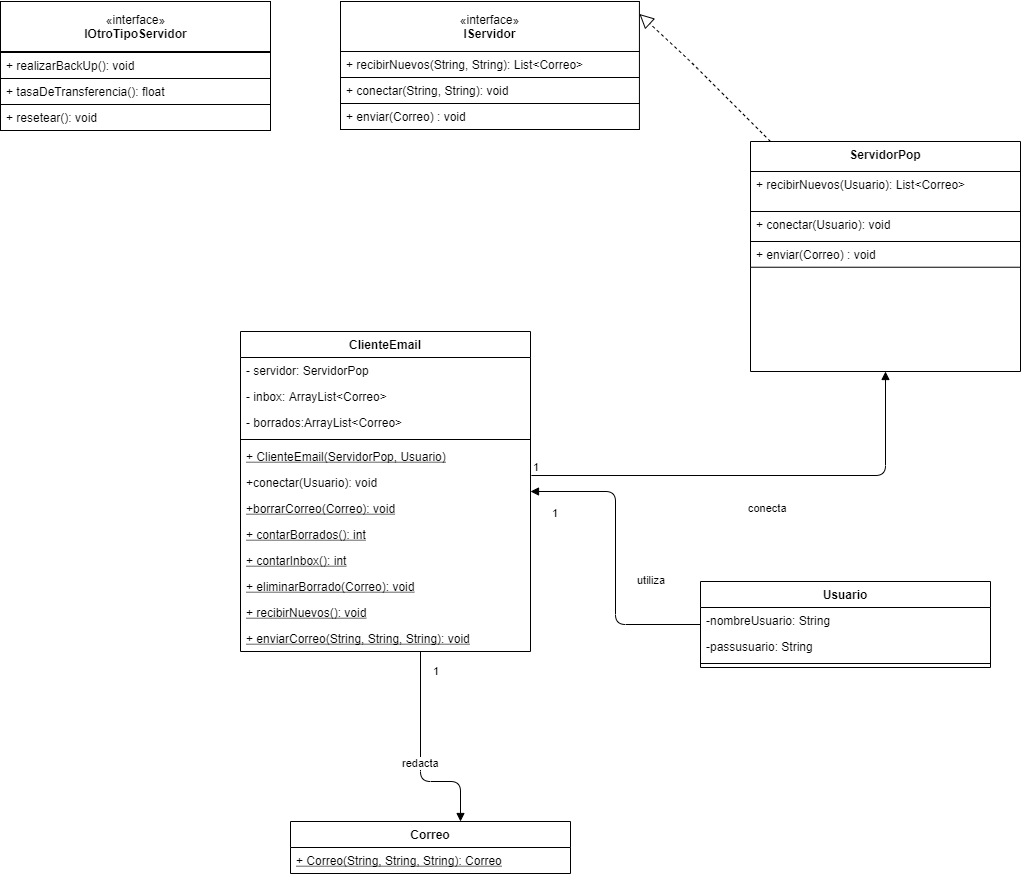
Earlier version of the draw.io export src/tp6/unq/RespuestasCaso1/Arreglado-Caso1-UML-TP6.png (CundariNicolas/unqui-poo2-cundari). Source tidied: cells renumbered, new cells last; positions are measured from the earlier drawing's top-left corner, leaving out a move shared by most shapes.
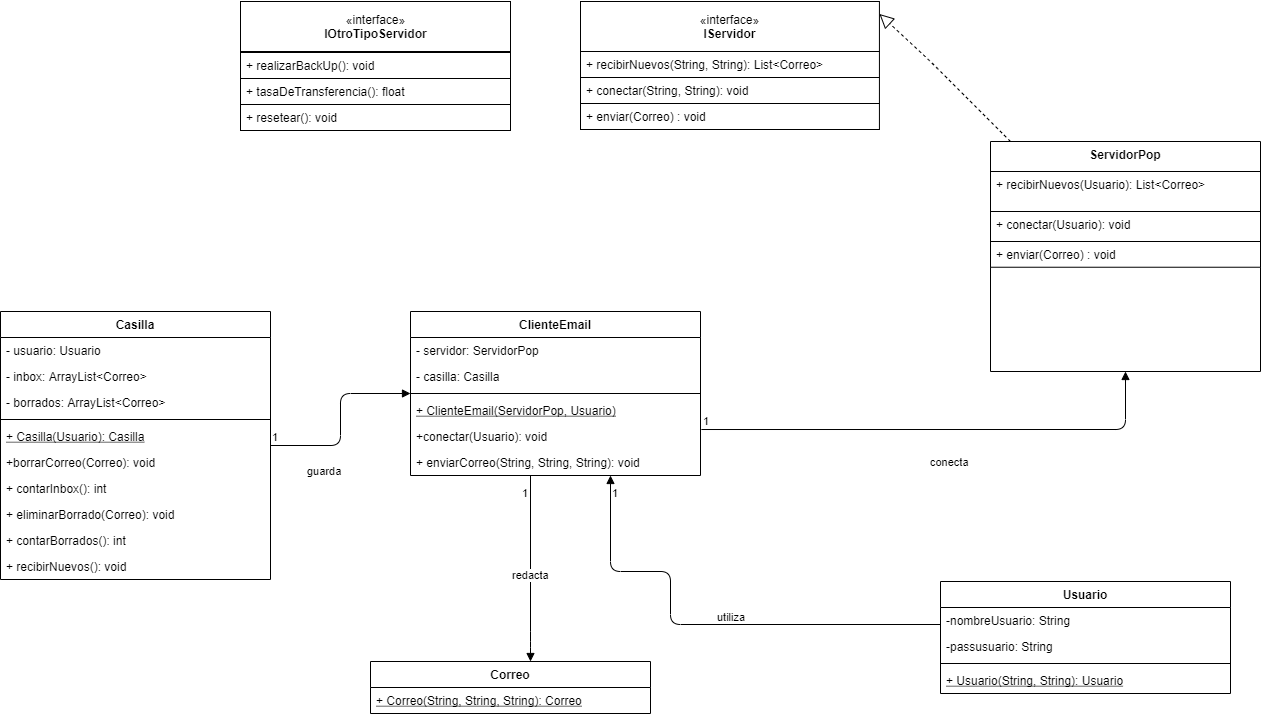
The same diagram one commit later.

Diff of the diagram source:
```diff
@@ -3,46 +3,28 @@
     <mxCell id="0" />
     <mxCell id="1" parent="0" />
     <mxCell id="2" value="ClienteEmail" style="swimlane;fontStyle=1;align=center;verticalAlign=top;horizontal=1;startSize=26;" parent="1" vertex="1">
-      <mxGeometry x="240" y="330" width="290" height="320" as="geometry" />
+      <mxGeometry x="170" y="310" width="290" height="164" as="geometry" />
     </mxCell>
     <mxCell id="3" value="- servidor: ServidorPop" style="text;strokeColor=none;fillColor=none;align=left;verticalAlign=top;spacingLeft=4;spacingRight=4;overflow=hidden;" parent="2" vertex="1">
       <mxGeometry y="26" width="290" height="26" as="geometry" />
     </mxCell>
-    <mxCell id="4" value="- inbox: ArrayList&lt;Correo&gt;" style="text;strokeColor=none;fillColor=none;align=left;verticalAlign=top;spacingLeft=4;spacingRight=4;overflow=hidden;" parent="2" vertex="1">
-      <mxGeometry y="52" width="290" height="26" as="geometry" />
-    </mxCell>
-    <mxCell id="5" value="- borrados:ArrayList&lt;Correo&gt;" style="text;strokeColor=none;fillColor=none;align=left;verticalAlign=top;spacingLeft=4;spacingRight=4;overflow=hidden;" parent="2" vertex="1">
-      <mxGeometry y="78" width="290" height="26" as="geometry" />
-    </mxCell>
+    <mxCell id="49" value="- casilla: Casilla" style="text;strokeColor=none;fillColor=none;align=left;verticalAlign=top;spacingLeft=4;spacingRight=4;overflow=hidden;" parent="2" vertex="1">
+      <mxGeometry y="52" width="290" height="26" as="geometry" />
+    </mxCell>
     <mxCell id="6" style="line;strokeWidth=1;fillColor=none;align=left;verticalAlign=middle;spacingTop=-1;spacingLeft=3;spacingRight=3;labelPosition=right;" parent="2" vertex="1">
-      <mxGeometry y="104" width="290" height="8" as="geometry" />
+      <mxGeometry y="78" width="290" height="8" as="geometry" />
     </mxCell>
     <mxCell id="7" value="+ ClienteEmail(ServidorPop, Usuario)" style="text;strokeColor=none;fillColor=none;align=left;verticalAlign=top;spacingLeft=4;spacingRight=4;overflow=hidden;fontStyle=4;" parent="2" vertex="1">
-      <mxGeometry y="112" width="290" height="26" as="geometry" />
+      <mxGeometry y="86" width="290" height="26" as="geometry" />
     </mxCell>
     <mxCell id="8" value="+conectar(Usuario): void" style="text;strokeColor=none;fillColor=none;align=left;verticalAlign=top;spacingLeft=4;spacingRight=4;overflow=hidden;points=[[0,0.5],[1,0.5]];portConstraint=eastwest;fontStyle=0;" parent="2" vertex="1">
-      <mxGeometry y="138" width="290" height="26" as="geometry" />
+      <mxGeometry y="112" width="290" height="26" as="geometry" />
     </mxCell>
-    <mxCell id="9" value="+borrarCorreo(Correo): void" style="text;strokeColor=none;fillColor=none;align=left;verticalAlign=top;spacingLeft=4;spacingRight=4;overflow=hidden;fontStyle=4;" parent="2" vertex="1">
-      <mxGeometry y="164" width="290" height="26" as="geometry" />
-    </mxCell>
-    <mxCell id="10" value="+ contarBorrados(): int" style="text;strokeColor=none;fillColor=none;align=left;verticalAlign=top;spacingLeft=4;spacingRight=4;overflow=hidden;fontStyle=4;" parent="2" vertex="1">
-      <mxGeometry y="190" width="290" height="26" as="geometry" />
-    </mxCell>
-    <mxCell id="11" value="+ contarInbox(): int" style="text;strokeColor=none;fillColor=none;align=left;verticalAlign=top;spacingLeft=4;spacingRight=4;overflow=hidden;fontStyle=4;" parent="2" vertex="1">
-      <mxGeometry y="216" width="290" height="26" as="geometry" />
-    </mxCell>
-    <mxCell id="12" value="+ eliminarBorrado(Correo): void" style="text;strokeColor=none;fillColor=none;align=left;verticalAlign=top;spacingLeft=4;spacingRight=4;overflow=hidden;fontStyle=4;" parent="2" vertex="1">
-      <mxGeometry y="242" width="290" height="26" as="geometry" />
-    </mxCell>
-    <mxCell id="13" value="+ recibirNuevos(): void" style="text;strokeColor=none;fillColor=none;align=left;verticalAlign=top;spacingLeft=4;spacingRight=4;overflow=hidden;fontStyle=4;" parent="2" vertex="1">
-      <mxGeometry y="268" width="290" height="26" as="geometry" />
-    </mxCell>
-    <mxCell id="14" value="+ enviarCorreo(String, String, String): void" style="text;strokeColor=none;fillColor=none;align=left;verticalAlign=top;spacingLeft=4;spacingRight=4;overflow=hidden;points=[[0,0.5],[1,0.5]];portConstraint=eastwest;fontStyle=4;" parent="2" vertex="1">
-      <mxGeometry y="294" width="290" height="26" as="geometry" />
+    <mxCell id="14" value="+ enviarCorreo(String, String, String): void" style="text;strokeColor=none;fillColor=none;align=left;verticalAlign=top;spacingLeft=4;spacingRight=4;overflow=hidden;points=[[0,0.5],[1,0.5]];portConstraint=eastwest;fontStyle=0;" parent="2" vertex="1">
+      <mxGeometry y="138" width="290" height="26" as="geometry" />
     </mxCell>
     <mxCell id="15" value="Correo" style="swimlane;fontStyle=1;align=center;verticalAlign=top;horizontal=1;startSize=26;" parent="1" vertex="1">
-      <mxGeometry x="290" y="820" width="280" height="52" as="geometry" />
+      <mxGeometry x="130" y="660" width="280" height="52" as="geometry" />
     </mxCell>
     <mxCell id="16" value="+ Correo(String, String, String): Correo" style="text;strokeColor=none;fillColor=none;align=left;verticalAlign=top;spacingLeft=4;spacingRight=4;overflow=hidden;fontStyle=4;" parent="15" vertex="1">
       <mxGeometry y="26" width="280" height="26" as="geometry" />
@@ -105,14 +87,14 @@
     <mxCell id="34" value="redacta" style="endArrow=block;endFill=1;html=1;edgeStyle=orthogonalEdgeStyle;align=left;verticalAlign=top;" parent="1" edge="1" source="2" target="15">
       <mxGeometry x="-0.06" y="-20" relative="1" as="geometry">
         <Array as="points">
-          <mxPoint x="420" y="780" />
-          <mxPoint x="460" y="780" />
+          <mxPoint x="290" y="640" />
+          <mxPoint x="290" y="640" />
         </Array>
       </mxGeometry>
     </mxCell>
     <mxCell id="35" value="1" style="edgeLabel;html=1;align=left;verticalAlign=bottom;" parent="34" vertex="1">
       <mxGeometry x="-1" relative="1" as="geometry">
-        <mxPoint x="11" y="28" as="offset" />
+        <mxPoint x="-10" y="26" as="offset" />
       </mxGeometry>
     </mxCell>
     <mxCell id="36" style="group;" parent="1" vertex="1">
@@ -137,7 +119,7 @@
       <mxGeometry y="103" width="270" height="26" as="geometry" />
     </mxCell>
     <mxCell id="43" value="Usuario" style="swimlane;fontStyle=1;align=center;verticalAlign=top;horizontal=1;startSize=26;" parent="1" vertex="1">
-      <mxGeometry x="700" y="580" width="290" height="86" as="geometry" />
+      <mxGeometry x="700" y="580" width="290" height="112" as="geometry" />
     </mxCell>
     <mxCell id="44" value="-nombreUsuario: String" style="text;strokeColor=none;fillColor=none;align=left;verticalAlign=top;spacingLeft=4;spacingRight=4;overflow=hidden;" parent="43" vertex="1">
       <mxGeometry y="26" width="290" height="26" as="geometry" />
@@ -148,13 +130,61 @@
     <mxCell id="46" style="line;strokeWidth=1;fillColor=none;align=left;verticalAlign=middle;spacingTop=-1;spacingLeft=3;spacingRight=3;labelPosition=right;" parent="43" vertex="1">
       <mxGeometry y="78" width="290" height="8" as="geometry" />
     </mxCell>
+    <mxCell id="50" value="+ Usuario(String, String): Usuario" style="text;strokeColor=none;fillColor=none;align=left;verticalAlign=top;spacingLeft=4;spacingRight=4;overflow=hidden;fontStyle=4;" parent="43" vertex="1">
+      <mxGeometry y="86" width="290" height="26" as="geometry" />
+    </mxCell>
-    <mxCell id="47" value="utiliza" style="endArrow=block;endFill=1;html=1;edgeStyle=orthogonalEdgeStyle;align=left;verticalAlign=top;" parent="1" edge="1" source="43" target="2">
-      <mxGeometry x="-0.06" y="-20" relative="1" as="geometry" />
+    <mxCell id="47" value="utiliza" style="endArrow=block;endFill=1;html=1;edgeStyle=orthogonalEdgeStyle;align=left;verticalAlign=top;" parent="1" edge="1" source="43" target="14">
+      <mxGeometry x="-0.06" y="-20" relative="1" as="geometry">
+        <Array as="points">
+          <mxPoint x="430" y="623" />
+          <mxPoint x="430" y="570" />
+          <mxPoint x="370" y="570" />
+        </Array>
+      </mxGeometry>
     </mxCell>
     <mxCell id="48" value="1" style="edgeLabel;html=1;align=left;verticalAlign=bottom;" parent="47" vertex="1">
       <mxGeometry x="-1" relative="1" as="geometry">
-        <mxPoint x="-150" y="-103" as="offset" />
+        <mxPoint x="-330" y="-123" as="offset" />
       </mxGeometry>
     </mxCell>
+    <mxCell id="51" value="Casilla" style="swimlane;fontStyle=1;align=center;verticalAlign=top;horizontal=1;startSize=26;" parent="1" vertex="1">
+      <mxGeometry x="-240" y="310" width="270" height="268" as="geometry" />
+    </mxCell>
+    <mxCell id="52" value="- usuario: Usuario" style="text;strokeColor=none;fillColor=none;align=left;verticalAlign=top;spacingLeft=4;spacingRight=4;overflow=hidden;" parent="51" vertex="1">
+      <mxGeometry y="26" width="270" height="26" as="geometry" />
+    </mxCell>
+    <mxCell id="4" value="- inbox: ArrayList&lt;Correo&gt;" style="text;strokeColor=none;fillColor=none;align=left;verticalAlign=top;spacingLeft=4;spacingRight=4;overflow=hidden;" parent="51" vertex="1">
+      <mxGeometry y="52" width="270" height="26" as="geometry" />
+    </mxCell>
+    <mxCell id="53" value="- borrados: ArrayList&lt;Correo&gt;" style="text;strokeColor=none;fillColor=none;align=left;verticalAlign=top;spacingLeft=4;spacingRight=4;overflow=hidden;" parent="51" vertex="1">
+      <mxGeometry y="78" width="270" height="26" as="geometry" />
+    </mxCell>
+    <mxCell id="54" style="line;strokeWidth=1;fillColor=none;align=left;verticalAlign=middle;spacingTop=-1;spacingLeft=3;spacingRight=3;labelPosition=right;" parent="51" vertex="1">
+      <mxGeometry y="104" width="270" height="8" as="geometry" />
+    </mxCell>
+    <mxCell id="55" value="+ Casilla(Usuario): Casilla" style="text;strokeColor=none;fillColor=none;align=left;verticalAlign=top;spacingLeft=4;spacingRight=4;overflow=hidden;fontStyle=4;" parent="51" vertex="1">
+      <mxGeometry y="112" width="270" height="26" as="geometry" />
+    </mxCell>
+    <mxCell id="9" value="+borrarCorreo(Correo): void" style="text;strokeColor=none;fillColor=none;align=left;verticalAlign=top;spacingLeft=4;spacingRight=4;overflow=hidden;fontStyle=0;" parent="51" vertex="1">
+      <mxGeometry y="138" width="270" height="26" as="geometry" />
+    </mxCell>
+    <mxCell id="11" value="+ contarInbox(): int" style="text;strokeColor=none;fillColor=none;align=left;verticalAlign=top;spacingLeft=4;spacingRight=4;overflow=hidden;fontStyle=0;" parent="51" vertex="1">
+      <mxGeometry y="164" width="270" height="26" as="geometry" />
+    </mxCell>
+    <mxCell id="12" value="+ eliminarBorrado(Correo): void" style="text;strokeColor=none;fillColor=none;align=left;verticalAlign=top;spacingLeft=4;spacingRight=4;overflow=hidden;fontStyle=0;" parent="51" vertex="1">
+      <mxGeometry y="190" width="270" height="26" as="geometry" />
+    </mxCell>
+    <mxCell id="10" value="+ contarBorrados(): int" style="text;strokeColor=none;fillColor=none;align=left;verticalAlign=top;spacingLeft=4;spacingRight=4;overflow=hidden;fontStyle=0;" parent="51" vertex="1">
+      <mxGeometry y="216" width="270" height="26" as="geometry" />
+    </mxCell>
+    <mxCell id="13" value="+ recibirNuevos(): void" style="text;strokeColor=none;fillColor=none;align=left;verticalAlign=top;spacingLeft=4;spacingRight=4;overflow=hidden;fontStyle=0;" parent="51" vertex="1">
+      <mxGeometry y="242" width="270" height="26" as="geometry" />
+    </mxCell>
+    <mxCell id="56" value="guarda" style="endArrow=block;endFill=1;html=1;edgeStyle=orthogonalEdgeStyle;align=left;verticalAlign=top;" parent="1" edge="1" source="51" target="2">
+      <mxGeometry x="-0.63" y="-13" relative="1" as="geometry" />
+    </mxCell>
+    <mxCell id="57" value="1" style="edgeLabel;html=1;align=left;verticalAlign=bottom;" parent="56" vertex="1">
+      <mxGeometry x="-1" relative="1" as="geometry" />
+    </mxCell>
   </root>
 </mxGraphModel>
```
